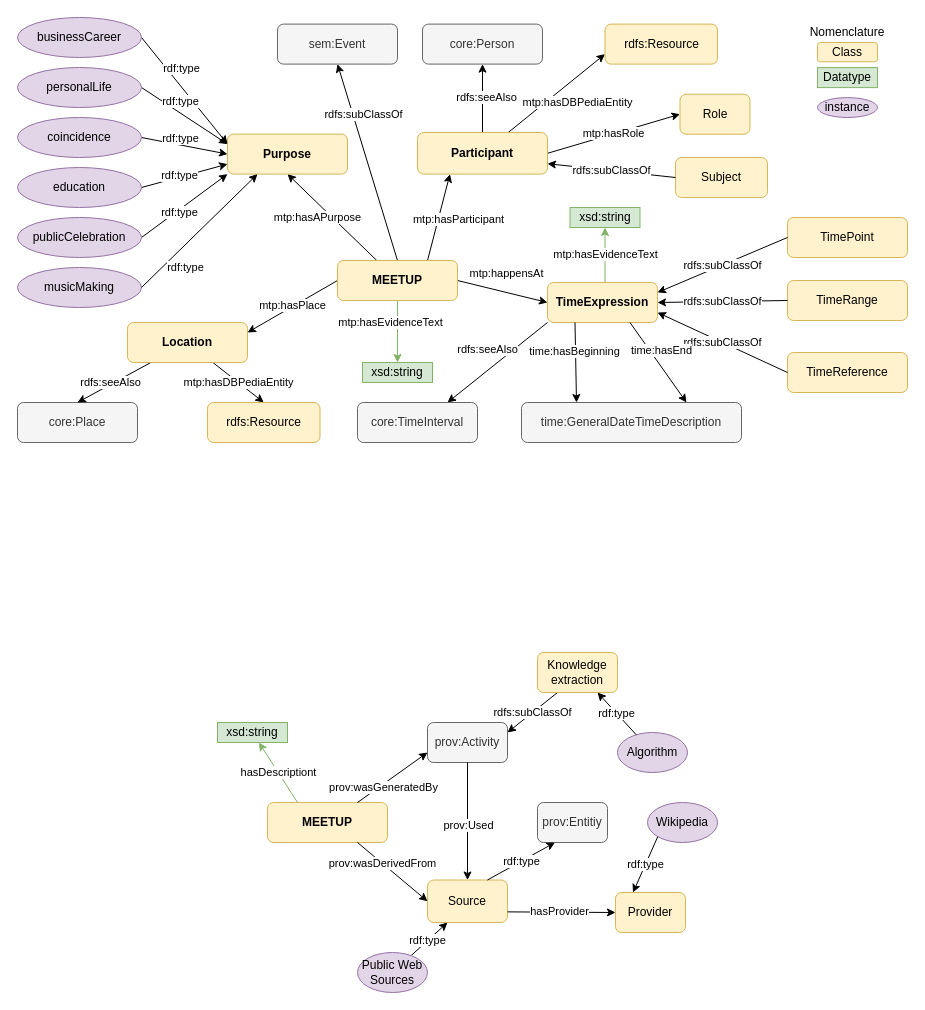
polifonia-project/meetups-ontology keeps this draw.io diagram as page "V0.3" (1 of 3) of diagrams/meetups-ont-diagram.drawio. Above is the earlier version. Source tidied: cells renumbered, new cells numbered last; positions are measured from the earlier drawing's top-left corner, leaving out a move shared by most shapes. Both pictures are drawn from the tidied source at 100%, with x=0, y=0 at pixel (17, 17).
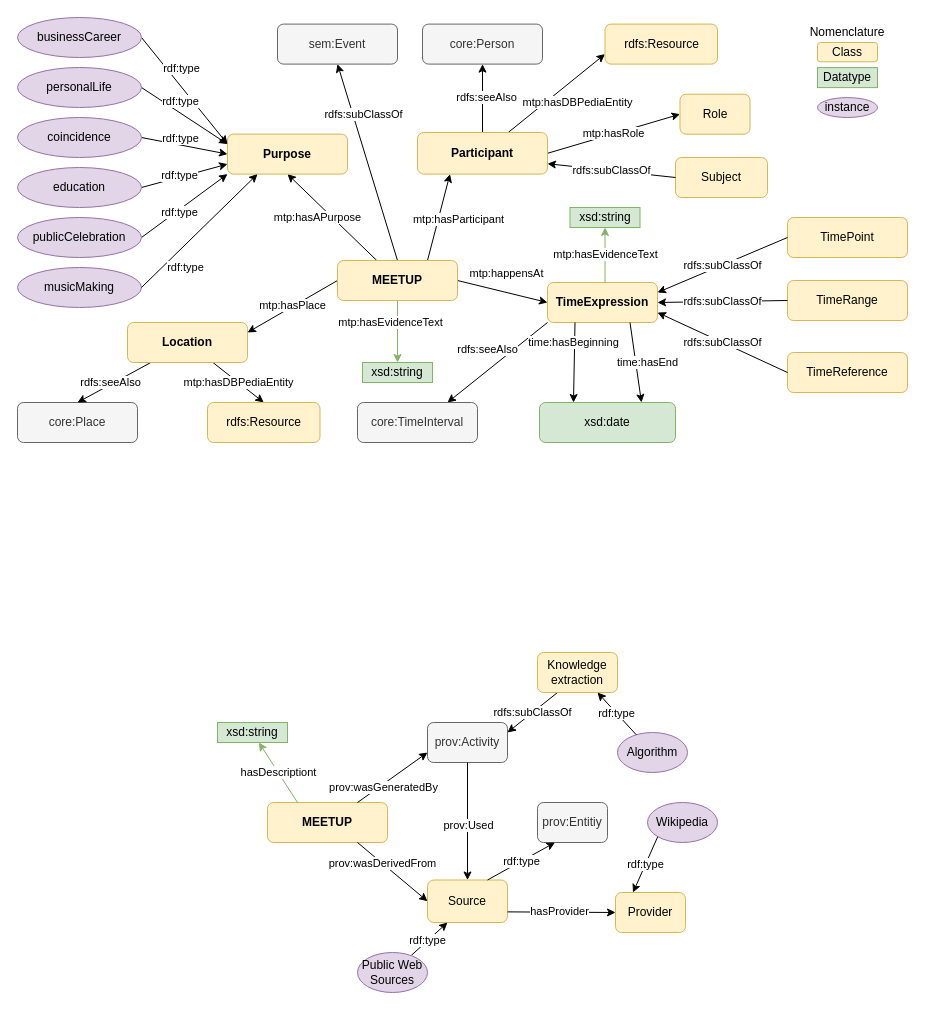
The same page after the edit.

The change refers to these unchanged cells:
```xml
<mxCell id="7" value="TimeExpression" style="rounded=1;whiteSpace=wrap;html=1;fillColor=#fff2cc;strokeColor=#d6b656;fontStyle=1;" parent="1" vertex="1">
  <mxGeometry x="530" y="265" width="110" height="40" as="geometry" />
</mxCell>
```

Change to the diagram source:
```diff
@@
     <mxCell id="58" value="time:hasBeginning" style="edgeStyle=none;rounded=0;jettySize=auto;html=1;exitX=0.25;exitY=1;exitDx=0;exitDy=0;entryX=0.25;entryY=0;entryDx=0;entryDy=0;" parent="1" edge="1" source="7" target="60">
-      <mxGeometry x="-0.28" y="-1" relative="1" as="geometry" />
+      <mxGeometry x="-0.5" y="-1" relative="1" as="geometry" />
     </mxCell>
     <mxCell id="59" value="time:hasEnd" style="edgeStyle=none;rounded=0;jettySize=auto;html=1;exitX=0.75;exitY=1;exitDx=0;exitDy=0;entryX=0.75;entryY=0;entryDx=0;entryDy=0;" parent="1" edge="1" source="7" target="60">
-      <mxGeometry x="-0.17" y="10" relative="1" as="geometry" />
+      <mxGeometry x="0.04" y="12" relative="1" as="geometry" />
     </mxCell>
-    <mxCell id="60" value="time:GeneralDateTimeDescription" style="rounded=1;whiteSpace=wrap;html=1;fillColor=#f5f5f5;strokeColor=#666666;fontColor=#333333;" parent="1" vertex="1">
-      <mxGeometry x="504" y="385" width="220" height="40" as="geometry" />
+    <mxCell id="60" value="xsd:date" style="rounded=1;whiteSpace=wrap;html=1;fillColor=#d5e8d4;strokeColor=#82b366;" parent="1" vertex="1">
+      <mxGeometry x="522" y="385" width="136" height="40" as="geometry" />
     </mxCell>
```
